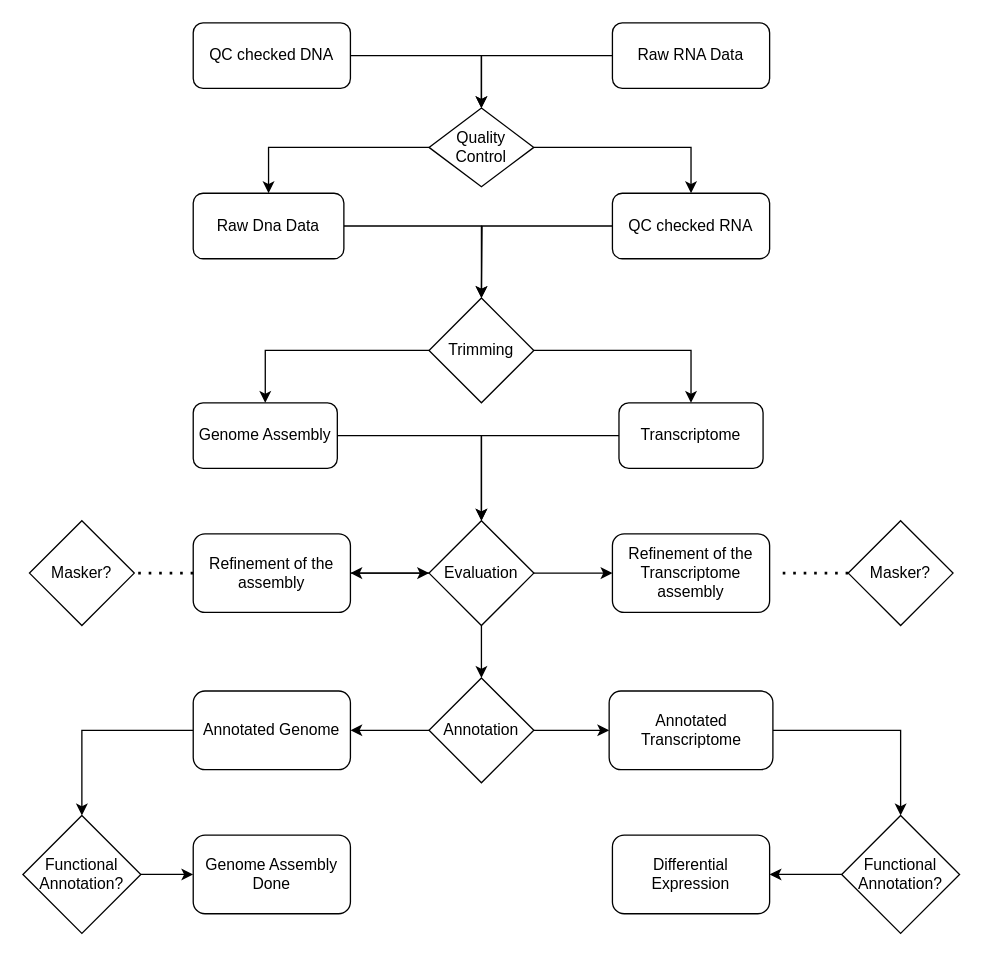
Above: Workflow_genome_analysis.drawio in MikeGenes/GenomeProject (draw.io), before the change. Source tidied: cells renumbered, new cells numbered last; positions are measured from the earlier drawing's top-left corner, leaving out a move shared by most shapes. Both pictures are drawn from the tidied source at 131%, with x=0, y=0 at pixel (22, 22).
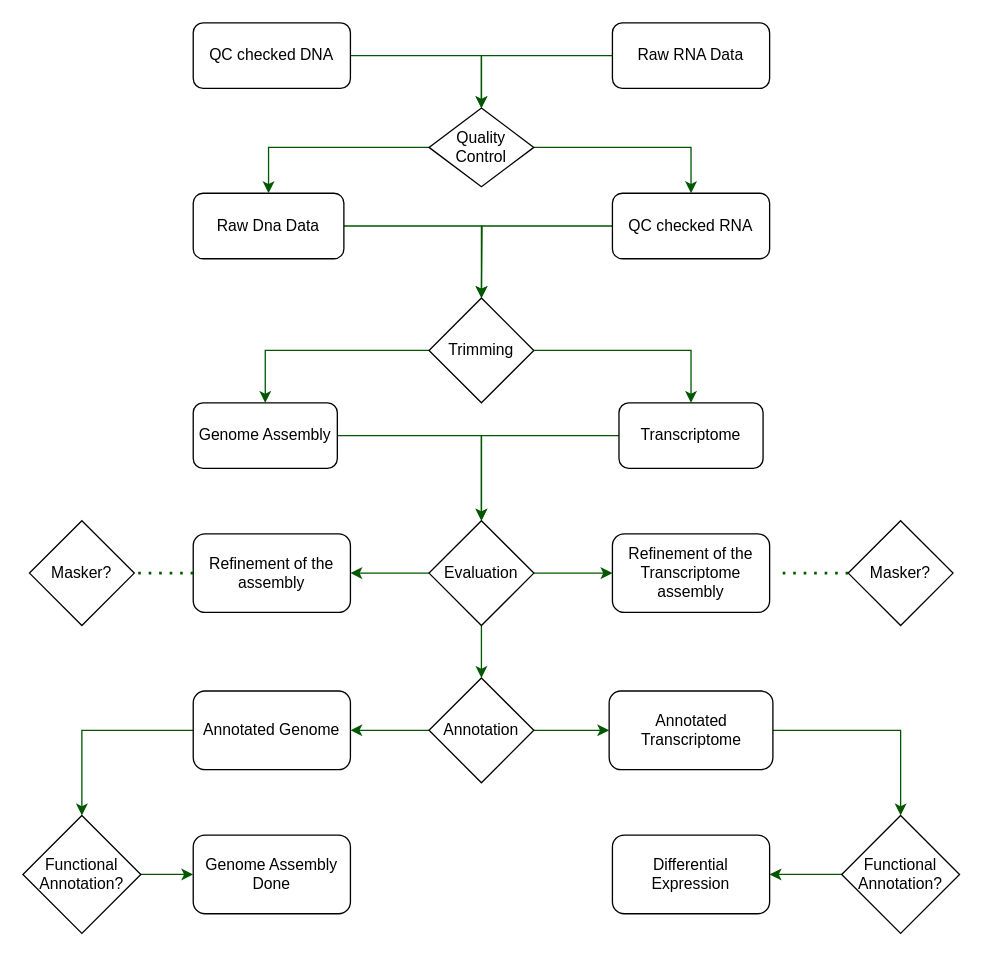
The same diagram, later.

The change refers to these unchanged cells:
```xml
<mxCell id="3" value="Raw Dna Data" style="rounded=1;whiteSpace=wrap;html=1;" parent="1" vertex="1">
  <mxGeometry x="130" y="130" width="115" height="50" as="geometry" />
</mxCell>
<mxCell id="5" value="QC checked DNA" style="rounded=1;whiteSpace=wrap;html=1;" parent="1" vertex="1">
  <mxGeometry x="130" width="120" height="50" as="geometry" />
</mxCell>
<mxCell id="7" value="Genome Assembly" style="rounded=1;whiteSpace=wrap;html=1;" parent="1" vertex="1">
  <mxGeometry x="130" y="290" width="110" height="50" as="geometry" />
</mxCell>
<mxCell id="11" value="Refinement of the assembly" style="whiteSpace=wrap;html=1;rounded=1;" parent="1" vertex="1">
  <mxGeometry x="130" y="390" width="120" height="60" as="geometry" />
</mxCell>
<mxCell id="12" value="Masker?" style="rhombus;whiteSpace=wrap;html=1;" parent="1" vertex="1">
  <mxGeometry x="5" y="380" width="80" height="80" as="geometry" />
</mxCell>
<mxCell id="15" value="Annotation" style="rhombus;whiteSpace=wrap;html=1;rounded=0;" parent="1" vertex="1">
  <mxGeometry x="310" y="500" width="80" height="80" as="geometry" />
</mxCell>
<mxCell id="17" value="Annotated Genome" style="whiteSpace=wrap;html=1;rounded=1;" parent="1" vertex="1">
  <mxGeometry x="130" y="510" width="120" height="60" as="geometry" />
</mxCell>
<mxCell id="18" value="Genome Assembly Done" style="rounded=1;whiteSpace=wrap;html=1;" parent="1" vertex="1">
  <mxGeometry x="130" y="620" width="120" height="60" as="geometry" />
</mxCell>
<mxCell id="21" value="Raw RNA Data" style="rounded=1;whiteSpace=wrap;html=1;" parent="1" vertex="1">
  <mxGeometry x="450" width="120" height="50" as="geometry" />
</mxCell>
<mxCell id="24" value="Quality Control" style="rhombus;whiteSpace=wrap;html=1;" parent="1" vertex="1">
  <mxGeometry x="310" y="65" width="80" height="60" as="geometry" />
</mxCell>
<mxCell id="26" value="QC checked RNA" style="rounded=1;whiteSpace=wrap;html=1;" parent="1" vertex="1">
  <mxGeometry x="450" y="130" width="120" height="50" as="geometry" />
</mxCell>
<mxCell id="28" value="Trimming" style="rhombus;whiteSpace=wrap;html=1;rounded=0;" parent="1" vertex="1">
  <mxGeometry x="310" y="210" width="80" height="80" as="geometry" />
</mxCell>
<mxCell id="30" value="Transcriptome" style="rounded=1;whiteSpace=wrap;html=1;" parent="1" vertex="1">
  <mxGeometry x="455" y="290" width="110" height="50" as="geometry" />
</mxCell>
<mxCell id="31" value="Refinement of the Transcriptome assembly" style="whiteSpace=wrap;html=1;rounded=1;" parent="1" vertex="1">
  <mxGeometry x="450" y="390" width="120" height="60" as="geometry" />
</mxCell>
<mxCell id="32" value="Masker?" style="rhombus;whiteSpace=wrap;html=1;" parent="1" vertex="1">
  <mxGeometry x="630" y="380" width="80" height="80" as="geometry" />
</mxCell>
<mxCell id="34" value="Annotated Transcriptome" style="whiteSpace=wrap;html=1;rounded=1;" parent="1" vertex="1">
  <mxGeometry x="447.5" y="510" width="125" height="60" as="geometry" />
</mxCell>
<mxCell id="36" value="Functional Annotation?" style="rhombus;whiteSpace=wrap;html=1;" parent="1" vertex="1">
  <mxGeometry x="625" y="605" width="90" height="90" as="geometry" />
</mxCell>
<mxCell id="37" value="Differential Expression" style="rounded=1;whiteSpace=wrap;html=1;" parent="1" vertex="1">
  <mxGeometry x="450" y="620" width="120" height="60" as="geometry" />
</mxCell>
<mxCell id="43" value="Evaluation" style="rhombus;whiteSpace=wrap;html=1;rounded=0;" parent="1" vertex="1">
  <mxGeometry x="310" y="380" width="80" height="80" as="geometry" />
</mxCell>
<mxCell id="45" value="Functional Annotation?" style="rhombus;whiteSpace=wrap;html=1;" parent="1" vertex="1">
  <mxGeometry y="605" width="90" height="90" as="geometry" />
</mxCell>
```

What changed in the source:
```diff
@@
-    <mxCell id="2" style="edgeStyle=orthogonalEdgeStyle;rounded=0;jettySize=auto;html=1;entryX=0.5;entryY=0;entryDx=0;entryDy=0;" parent="1" edge="1" source="3" target="28">
+    <mxCell id="2" style="edgeStyle=orthogonalEdgeStyle;rounded=0;jettySize=auto;html=1;entryX=0.5;entryY=0;entryDx=0;entryDy=0;fillColor=#008a00;strokeColor=#005700;" parent="1" edge="1" source="3" target="28">
       <mxGeometry relative="1" as="geometry" />
     </mxCell>
@@
-    <mxCell id="4" style="edgeStyle=orthogonalEdgeStyle;rounded=0;jettySize=auto;html=1;entryX=0.5;entryY=0;entryDx=0;entryDy=0;" parent="1" edge="1" source="5" target="24">
+    <mxCell id="4" style="edgeStyle=orthogonalEdgeStyle;rounded=0;jettySize=auto;html=1;entryX=0.5;entryY=0;entryDx=0;entryDy=0;fillColor=#008a00;strokeColor=#005700;" parent="1" edge="1" source="5" target="24">
       <mxGeometry relative="1" as="geometry" />
     </mxCell>
@@
-    <mxCell id="6" style="edgeStyle=orthogonalEdgeStyle;rounded=0;jettySize=auto;html=1;" parent="1" edge="1" source="7" target="43">
+    <mxCell id="6" style="edgeStyle=orthogonalEdgeStyle;rounded=0;jettySize=auto;html=1;fillColor=#008a00;strokeColor=#005700;" parent="1" edge="1" source="7" target="43">
       <mxGeometry relative="1" as="geometry" />
     </mxCell>
@@
-    <mxCell id="8" style="edgeStyle=orthogonalEdgeStyle;rounded=0;jettySize=auto;html=1;" parent="1" edge="1" source="43" target="11">
+    <mxCell id="8" style="edgeStyle=orthogonalEdgeStyle;rounded=0;jettySize=auto;html=1;fillColor=#008a00;strokeColor=#005700;" parent="1" edge="1" source="43" target="11">
       <mxGeometry relative="1" as="geometry" />
     </mxCell>
-    <mxCell id="9" style="edgeStyle=orthogonalEdgeStyle;rounded=0;jettySize=auto;html=1;" parent="1" edge="1" source="43" target="31">
+    <mxCell id="9" style="edgeStyle=orthogonalEdgeStyle;rounded=0;jettySize=auto;html=1;fillColor=#008a00;strokeColor=#005700;" parent="1" edge="1" source="43" target="31">
       <mxGeometry relative="1" as="geometry" />
     </mxCell>
-    <mxCell id="10" style="edgeStyle=orthogonalEdgeStyle;rounded=0;jettySize=auto;html=1;" parent="1" edge="1" source="43" target="15">
+    <mxCell id="10" style="edgeStyle=orthogonalEdgeStyle;rounded=0;jettySize=auto;html=1;fillColor=#008a00;strokeColor=#005700;" parent="1" edge="1" source="43" target="15">
       <mxGeometry relative="1" as="geometry" />
     </mxCell>
@@
-    <mxCell id="13" style="edgeStyle=orthogonalEdgeStyle;rounded=0;jettySize=auto;html=1;" parent="1" edge="1" source="15" target="17">
+    <mxCell id="13" style="edgeStyle=orthogonalEdgeStyle;rounded=0;jettySize=auto;html=1;fillColor=#008a00;strokeColor=#005700;" parent="1" edge="1" source="15" target="17">
       <mxGeometry relative="1" as="geometry" />
     </mxCell>
-    <mxCell id="14" style="edgeStyle=orthogonalEdgeStyle;rounded=0;jettySize=auto;html=1;" parent="1" edge="1" source="15" target="34">
+    <mxCell id="14" style="edgeStyle=orthogonalEdgeStyle;rounded=0;jettySize=auto;html=1;fillColor=#008a00;strokeColor=#005700;" parent="1" edge="1" source="15" target="34">
       <mxGeometry relative="1" as="geometry" />
     </mxCell>
@@
-    <mxCell id="16" style="edgeStyle=orthogonalEdgeStyle;rounded=0;jettySize=auto;html=1;" parent="1" edge="1" source="17" target="45">
+    <mxCell id="16" style="edgeStyle=orthogonalEdgeStyle;rounded=0;jettySize=auto;html=1;fillColor=#008a00;strokeColor=#005700;" parent="1" edge="1" source="17" target="45">
       <mxGeometry relative="1" as="geometry" />
     </mxCell>
@@
-    <mxCell id="20" style="edgeStyle=orthogonalEdgeStyle;rounded=0;jettySize=auto;html=1;" parent="1" edge="1" source="21" target="24">
+    <mxCell id="20" style="edgeStyle=orthogonalEdgeStyle;rounded=0;jettySize=auto;html=1;fillColor=#008a00;strokeColor=#005700;" parent="1" edge="1" source="21" target="24">
       <mxGeometry relative="1" as="geometry" />
     </mxCell>
@@
-    <mxCell id="22" style="edgeStyle=orthogonalEdgeStyle;rounded=0;jettySize=auto;html=1;" parent="1" edge="1" source="24" target="26">
+    <mxCell id="22" style="edgeStyle=orthogonalEdgeStyle;rounded=0;jettySize=auto;html=1;fillColor=#008a00;strokeColor=#005700;" parent="1" edge="1" source="24" target="26">
       <mxGeometry relative="1" as="geometry" />
     </mxCell>
-    <mxCell id="23" style="edgeStyle=orthogonalEdgeStyle;rounded=0;jettySize=auto;html=1;entryX=0.5;entryY=0;entryDx=0;entryDy=0;" parent="1" edge="1" source="24" target="3">
+    <mxCell id="23" style="edgeStyle=orthogonalEdgeStyle;rounded=0;jettySize=auto;html=1;entryX=0.5;entryY=0;entryDx=0;entryDy=0;fillColor=#008a00;strokeColor=#005700;" parent="1" edge="1" source="24" target="3">
       <mxGeometry relative="1" as="geometry" />
     </mxCell>
@@
-    <mxCell id="25" style="edgeStyle=orthogonalEdgeStyle;rounded=0;jettySize=auto;html=1;" parent="1" edge="1" source="26">
+    <mxCell id="25" style="edgeStyle=orthogonalEdgeStyle;rounded=0;jettySize=auto;html=1;fillColor=#008a00;strokeColor=#005700;" parent="1" edge="1" source="26">
       <mxGeometry relative="1" as="geometry">
         <mxPoint x="350" y="210" as="targetPoint" />
       </mxGeometry>
     </mxCell>
@@
-    <mxCell id="27" style="edgeStyle=orthogonalEdgeStyle;rounded=0;jettySize=auto;html=1;exitX=0;exitY=0.5;exitDx=0;exitDy=0;entryX=0.5;entryY=0;entryDx=0;entryDy=0;" parent="1" edge="1" source="28" target="7">
+    <mxCell id="27" style="edgeStyle=orthogonalEdgeStyle;rounded=0;jettySize=auto;html=1;exitX=0;exitY=0.5;exitDx=0;exitDy=0;entryX=0.5;entryY=0;entryDx=0;entryDy=0;fillColor=#008a00;strokeColor=#005700;" parent="1" edge="1" source="28" target="7">
       <mxGeometry relative="1" as="geometry" />
     </mxCell>
@@
-    <mxCell id="29" style="edgeStyle=orthogonalEdgeStyle;rounded=0;jettySize=auto;html=1;exitX=0;exitY=0.5;exitDx=0;exitDy=0;" parent="1" edge="1" source="30" target="43">
+    <mxCell id="29" style="edgeStyle=orthogonalEdgeStyle;rounded=0;jettySize=auto;html=1;exitX=0;exitY=0.5;exitDx=0;exitDy=0;fillColor=#008a00;strokeColor=#005700;" parent="1" edge="1" source="30" target="43">
       <mxGeometry relative="1" as="geometry" />
     </mxCell>
@@
-    <mxCell id="33" style="edgeStyle=orthogonalEdgeStyle;rounded=0;jettySize=auto;html=1;" parent="1" edge="1" source="34" target="36">
+    <mxCell id="33" style="edgeStyle=orthogonalEdgeStyle;rounded=0;jettySize=auto;html=1;fillColor=#008a00;strokeColor=#005700;" parent="1" edge="1" source="34" target="36">
       <mxGeometry relative="1" as="geometry" />
     </mxCell>
@@
-    <mxCell id="35" style="edgeStyle=orthogonalEdgeStyle;rounded=0;jettySize=auto;html=1;" parent="1" edge="1" source="36" target="37">
+    <mxCell id="35" style="edgeStyle=orthogonalEdgeStyle;rounded=0;jettySize=auto;html=1;fillColor=#008a00;strokeColor=#005700;" parent="1" edge="1" source="36" target="37">
       <mxGeometry relative="1" as="geometry" />
     </mxCell>
@@
-    <mxCell id="39" style="edgeStyle=orthogonalEdgeStyle;rounded=0;jettySize=auto;html=1;entryX=0.5;entryY=0;entryDx=0;entryDy=0;" parent="1" edge="1" source="28" target="30">
+    <mxCell id="39" style="edgeStyle=orthogonalEdgeStyle;rounded=0;jettySize=auto;html=1;entryX=0.5;entryY=0;entryDx=0;entryDy=0;fillColor=#008a00;strokeColor=#005700;" parent="1" edge="1" source="28" target="30">
       <mxGeometry relative="1" as="geometry" />
     </mxCell>
-    <mxCell id="40" style="endArrow=none;dashed=1;html=1;dashPattern=1 3;strokeWidth=2;rounded=0;exitX=0;exitY=0.5;exitDx=0;exitDy=0;entryX=1.083;entryY=0.5;entryDx=0;entryDy=0;entryPerimeter=0;" parent="1" edge="1" source="32" target="31">
+    <mxCell id="40" style="endArrow=none;dashed=1;html=1;dashPattern=1 3;strokeWidth=2;rounded=0;exitX=0;exitY=0.5;exitDx=0;exitDy=0;entryX=1.083;entryY=0.5;entryDx=0;entryDy=0;entryPerimeter=0;fillColor=#008a00;strokeColor=#005700;" parent="1" edge="1" source="32" target="31">
       <mxGeometry relative="1" as="geometry">
         <Array as="points">
           <mxPoint x="620" y="420" />
         </Array>
       </mxGeometry>
     </mxCell>
-    <mxCell id="41" style="endArrow=none;dashed=1;html=1;dashPattern=1 3;strokeWidth=2;rounded=0;entryX=1;entryY=0.5;entryDx=0;entryDy=0;exitX=0;exitY=0.5;exitDx=0;exitDy=0;" parent="1" edge="1" source="11" target="12">
+    <mxCell id="41" style="endArrow=none;dashed=1;html=1;dashPattern=1 3;strokeWidth=2;rounded=0;entryX=1;entryY=0.5;entryDx=0;entryDy=0;exitX=0;exitY=0.5;exitDx=0;exitDy=0;fillColor=#008a00;strokeColor=#005700;" parent="1" edge="1" source="11" target="12">
       <mxGeometry relative="1" as="geometry">
         <Array as="points">
           <mxPoint x="110" y="420" />
         </Array>
       </mxGeometry>
     </mxCell>
-    <mxCell id="42" style="edgeStyle=orthogonalEdgeStyle;rounded=0;jettySize=auto;html=1;" parent="1" edge="1" source="11" target="43">
-      <mxGeometry relative="1" as="geometry" />
-    </mxCell>
@@
-    <mxCell id="44" style="edgeStyle=orthogonalEdgeStyle;rounded=0;jettySize=auto;html=1;" parent="1" edge="1" source="45" target="18">
+    <mxCell id="44" style="edgeStyle=orthogonalEdgeStyle;rounded=0;jettySize=auto;html=1;fillColor=#008a00;strokeColor=#005700;" parent="1" edge="1" source="45" target="18">
       <mxGeometry relative="1" as="geometry" />
     </mxCell>
```
